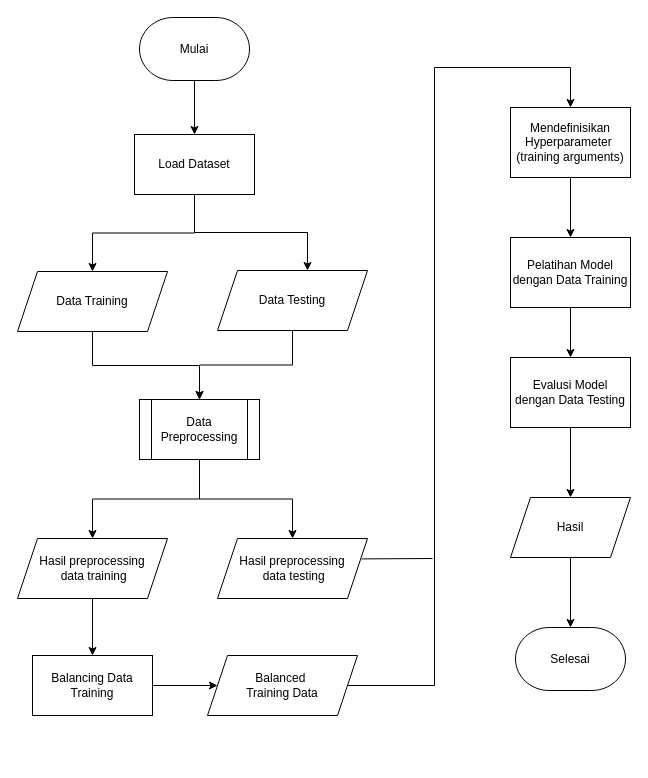
meisyareptiana/design_database keeps this draw.io diagram as Perancangan Model.drawio. Above is the earlier version. Source tidied: cells renumbered, new cells numbered last; positions are measured from the earlier drawing's top-left corner, leaving out a move shared by most shapes. Both pictures are drawn from the tidied source at 100%, with x=0, y=0 at pixel (17, 17).
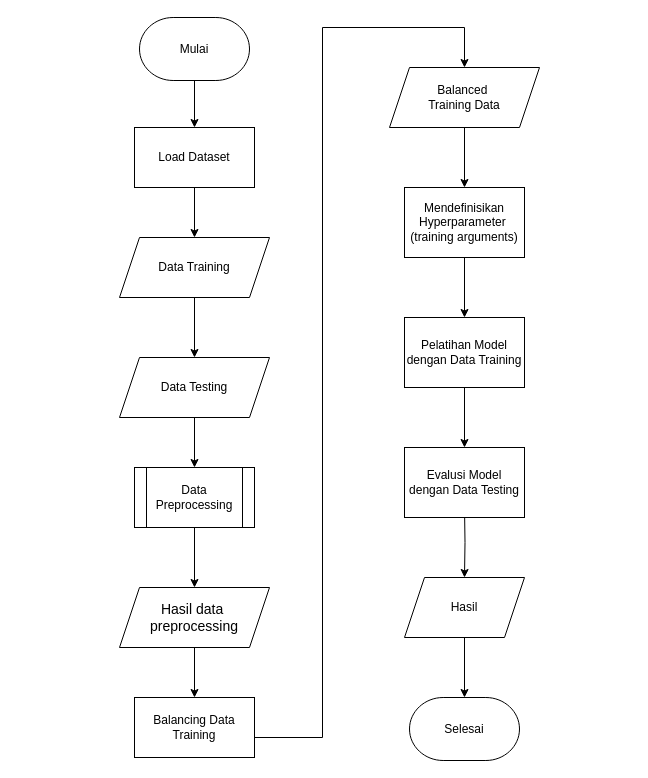
After the change.

Diff of the diagram source:
```diff
@@
-    <mxCell id="2" style="edgeStyle=orthogonalEdgeStyle;rounded=0;jettySize=auto;html=1;" parent="1" edge="1" source="3" target="28">
-      <mxGeometry relative="1" as="geometry" />
-    </mxCell>
+    <mxCell id="31" style="edgeStyle=orthogonalEdgeStyle;rounded=0;jettySize=auto;html=1;" parent="1" edge="1" source="3" target="10">
+      <mxGeometry relative="1" as="geometry" />
+    </mxCell>
     <mxCell id="3" value="Data Training" style="shape=parallelogram;perimeter=parallelogramPerimeter;whiteSpace=wrap;html=1;fixedSize=1;" parent="1" vertex="1">
-      <mxGeometry y="254" width="150" height="60" as="geometry" />
+      <mxGeometry x="102" y="220" width="150" height="60" as="geometry" />
     </mxCell>
@@
     <mxCell id="6" value="Selesai" style="fixedSize=1;html=1;shape=mxgraph.flowchart.terminator;whiteSpace=wrap;" parent="1" vertex="1">
-      <mxGeometry x="498" y="610" width="110" height="63" as="geometry" />
+      <mxGeometry x="392" y="680" width="110" height="63" as="geometry" />
     </mxCell>
@@
     <mxCell id="8" value="Load Dataset" style="rounded=0;whiteSpace=wrap;html=1;" parent="1" vertex="1">
-      <mxGeometry x="117" y="117" width="120" height="60" as="geometry" />
+      <mxGeometry x="117" y="110" width="120" height="60" as="geometry" />
     </mxCell>
-    <mxCell id="9" style="edgeStyle=orthogonalEdgeStyle;rounded=0;jettySize=auto;html=1;entryX=0.5;entryY=0;entryDx=0;entryDy=0;" parent="1" edge="1" source="10" target="28">
+    <mxCell id="9" style="edgeStyle=orthogonalEdgeStyle;rounded=0;jettySize=auto;html=1;" parent="1" edge="1" source="10" target="28">
       <mxGeometry relative="1" as="geometry" />
     </mxCell>
     <mxCell id="10" value="Data Testing" style="shape=parallelogram;perimeter=parallelogramPerimeter;whiteSpace=wrap;html=1;fixedSize=1;" parent="1" vertex="1">
-      <mxGeometry x="200" y="253" width="150" height="60" as="geometry" />
+      <mxGeometry x="102" y="340" width="150" height="60" as="geometry" />
     </mxCell>
-    <mxCell id="11" style="edgeStyle=orthogonalEdgeStyle;rounded=0;jettySize=auto;html=1;entryX=0.6;entryY=0;entryDx=0;entryDy=0;entryPerimeter=0;" parent="1" edge="1" source="8" target="10">
-      <mxGeometry relative="1" as="geometry" />
-    </mxCell>
@@
-    <mxCell id="13" value="Hasil preprocessing&lt;div&gt;&amp;nbsp;data training&lt;/div&gt;" style="shape=parallelogram;perimeter=parallelogramPerimeter;whiteSpace=wrap;html=1;fixedSize=1;" parent="1" vertex="1">
-      <mxGeometry y="521" width="150" height="60" as="geometry" />
+    <mxCell id="13" value="&lt;font style=&quot;font-size: 14px;&quot;&gt;Hasil data&amp;nbsp;&lt;/font&gt;&lt;div style=&quot;font-size: 14px;&quot;&gt;&lt;font style=&quot;font-size: 14px;&quot;&gt;preprocessing&lt;/font&gt;&lt;/div&gt;" style="shape=parallelogram;perimeter=parallelogramPerimeter;whiteSpace=wrap;html=1;fixedSize=1;" parent="1" vertex="1">
+      <mxGeometry x="102" y="570" width="150" height="60" as="geometry" />
     </mxCell>
-    <mxCell id="14" value="Hasil preprocessing&lt;div&gt;&amp;nbsp;data testing&lt;/div&gt;" style="shape=parallelogram;perimeter=parallelogramPerimeter;whiteSpace=wrap;html=1;fixedSize=1;" parent="1" vertex="1">
-      <mxGeometry x="200" y="521" width="150" height="60" as="geometry" />
-    </mxCell>
-    <mxCell id="15" style="edgeStyle=orthogonalEdgeStyle;rounded=0;jettySize=auto;html=1;entryX=0;entryY=0.5;entryDx=0;entryDy=0;" parent="1" edge="1" source="16" target="18">
-      <mxGeometry relative="1" as="geometry" />
+    <mxCell id="15" style="edgeStyle=orthogonalEdgeStyle;rounded=0;jettySize=auto;html=1;entryX=0.5;entryY=0;entryDx=0;entryDy=0;" parent="1" edge="1" source="16" target="18">
+      <mxGeometry relative="1" as="geometry">
+        <Array as="points">
+          <mxPoint x="305" y="720" />
+          <mxPoint x="305" y="10" />
+          <mxPoint x="447" y="10" />
+        </Array>
+      </mxGeometry>
     </mxCell>
     <mxCell id="16" value="Balancing Data Training" style="rounded=0;whiteSpace=wrap;html=1;" parent="1" vertex="1">
-      <mxGeometry x="15" y="638" width="120" height="60" as="geometry" />
+      <mxGeometry x="117" y="680" width="120" height="60" as="geometry" />
     </mxCell>
-    <mxCell id="17" style="edgeStyle=orthogonalEdgeStyle;rounded=0;jettySize=auto;html=1;entryX=0.5;entryY=0;entryDx=0;entryDy=0;" parent="1" edge="1" source="18" target="21">
-      <mxGeometry relative="1" as="geometry">
-        <Array as="points">
-          <mxPoint x="417" y="668" />
-          <mxPoint x="417" y="50" />
-          <mxPoint x="553" y="50" />
-        </Array>
-      </mxGeometry>
+    <mxCell id="17" style="edgeStyle=orthogonalEdgeStyle;rounded=0;jettySize=auto;html=1;" parent="1" edge="1" source="18" target="21">
+      <mxGeometry relative="1" as="geometry" />
     </mxCell>
     <mxCell id="18" value="Balanced&amp;nbsp;&lt;div&gt;Training Data&lt;/div&gt;" style="shape=parallelogram;perimeter=parallelogramPerimeter;whiteSpace=wrap;html=1;fixedSize=1;" parent="1" vertex="1">
-      <mxGeometry x="190" y="638" width="150" height="60" as="geometry" />
+      <mxGeometry x="372" y="50" width="150" height="60" as="geometry" />
     </mxCell>
-    <mxCell id="19" style="endArrow=none;html=1;rounded=0;" parent="1" edge="1">
-      <mxGeometry relative="1" as="geometry">
-        <mxPoint x="344" y="541.4" as="sourcePoint" />
-        <mxPoint x="415" y="541" as="targetPoint" />
-      </mxGeometry>
-    </mxCell>
@@
     <mxCell id="21" value="Mendefinisikan Hyperparameter&amp;nbsp;&lt;div&gt;(training arguments)&lt;/div&gt;" style="whiteSpace=wrap;html=1;rounded=0;" parent="1" vertex="1">
-      <mxGeometry x="493" y="90" width="120" height="70" as="geometry" />
+      <mxGeometry x="387" y="170" width="120" height="70" as="geometry" />
     </mxCell>
@@
     <mxCell id="23" value="Pelatihan Model dengan Data Training" style="whiteSpace=wrap;html=1;rounded=0;" parent="1" vertex="1">
-      <mxGeometry x="493" y="220" width="120" height="70" as="geometry" />
+      <mxGeometry x="387" y="300" width="120" height="70" as="geometry" />
     </mxCell>
-    <mxCell id="24" style="edgeStyle=orthogonalEdgeStyle;rounded=0;jettySize=auto;html=1;" parent="1" edge="1" source="25" target="30">
-      <mxGeometry relative="1" as="geometry" />
+    <mxCell id="24" style="edgeStyle=orthogonalEdgeStyle;rounded=0;jettySize=auto;html=1;" parent="1" edge="1" target="30">
+      <mxGeometry relative="1" as="geometry">
+        <mxPoint x="447" y="489" as="sourcePoint" />
+      </mxGeometry>
     </mxCell>
     <mxCell id="25" value="Evalusi Model dengan Data Testing" style="whiteSpace=wrap;html=1;rounded=0;" parent="1" vertex="1">
-      <mxGeometry x="493" y="340" width="120" height="70" as="geometry" />
+      <mxGeometry x="387" y="430" width="120" height="70" as="geometry" />
     </mxCell>
-    <mxCell id="26" style="edgeStyle=orthogonalEdgeStyle;rounded=0;jettySize=auto;html=1;entryX=0.5;entryY=0;entryDx=0;entryDy=0;" parent="1" edge="1" source="28" target="13">
+    <mxCell id="26" style="edgeStyle=orthogonalEdgeStyle;rounded=0;jettySize=auto;html=1;" parent="1" edge="1" source="28" target="13">
       <mxGeometry relative="1" as="geometry" />
     </mxCell>
-    <mxCell id="27" style="edgeStyle=orthogonalEdgeStyle;rounded=0;jettySize=auto;html=1;" parent="1" edge="1" source="28" target="14">
-      <mxGeometry relative="1" as="geometry" />
-    </mxCell>
     <mxCell id="28" value="Data Preprocessing" style="shape=process;whiteSpace=wrap;html=1;backgroundOutline=1;" parent="1" vertex="1">
-      <mxGeometry x="122" y="382" width="120" height="60" as="geometry" />
+      <mxGeometry x="117" y="450" width="120" height="60" as="geometry" />
     </mxCell>
@@
     <mxCell id="30" value="Hasil" style="shape=parallelogram;perimeter=parallelogramPerimeter;whiteSpace=wrap;html=1;fixedSize=1;rounded=0;" parent="1" vertex="1">
-      <mxGeometry x="493" y="480" width="120" height="60" as="geometry" />
+      <mxGeometry x="387" y="560" width="120" height="60" as="geometry" />
     </mxCell>
```
